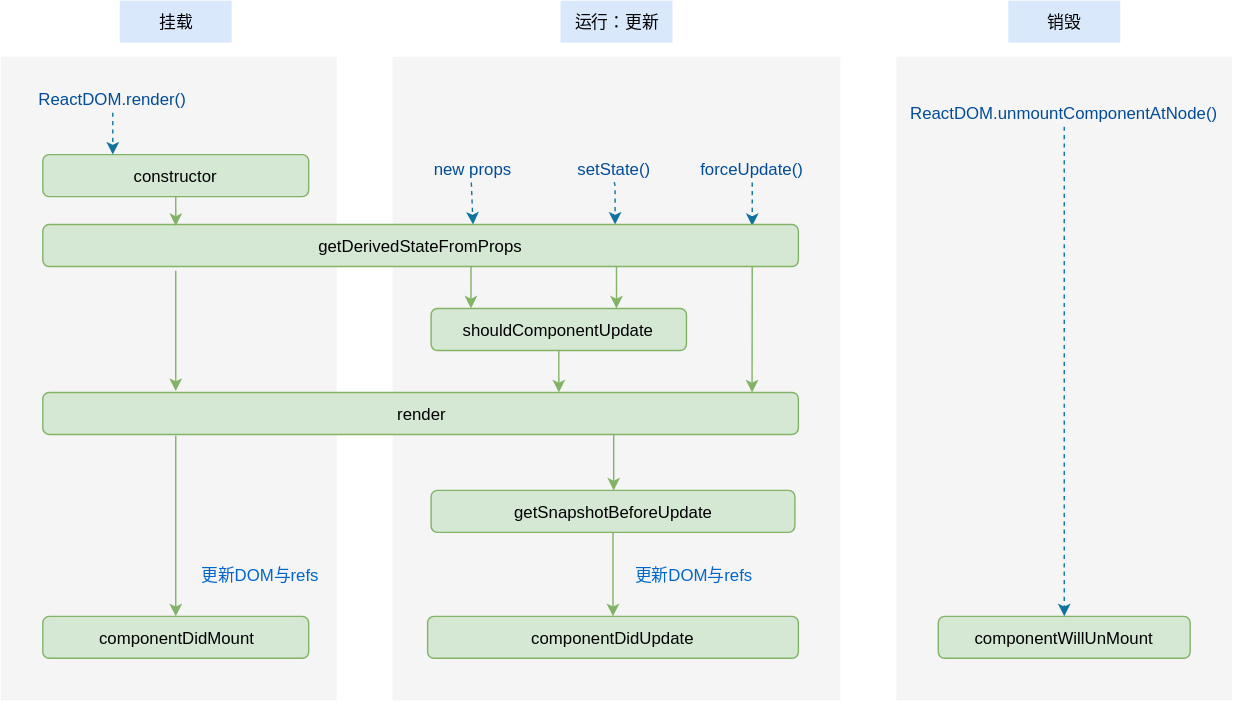
overnote/over-javascript keeps this draw.io diagram as images/mvvm/react-04.svg. Above is the earlier version. Source tidied: cells renumbered, new cells last; positions are measured from the earlier drawing's top-left corner, leaving out a move shared by most shapes.
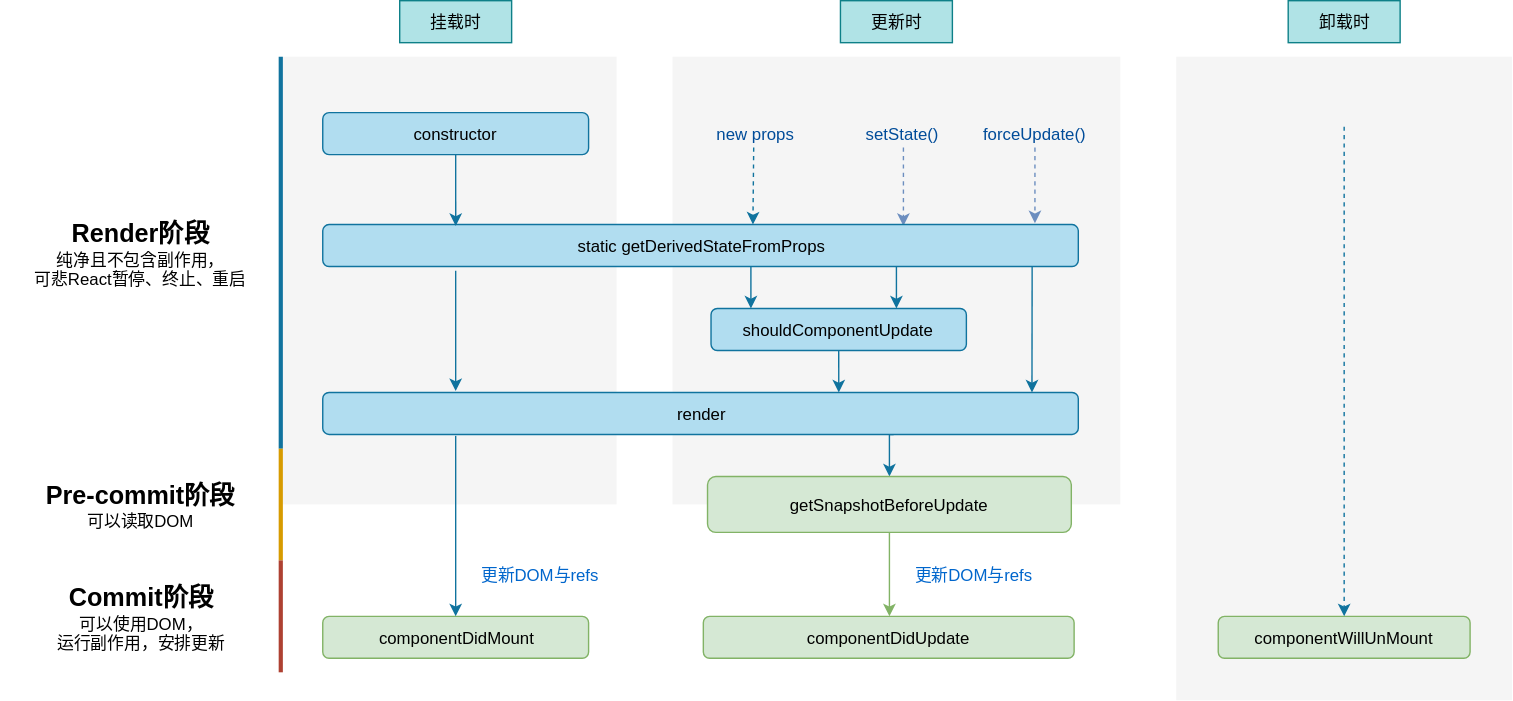
The same diagram one commit later.

Diff of the diagram source:
```diff
@@ -5,22 +5,22 @@
     <mxCell id="2" style="rounded=0;whiteSpace=wrap;html=1;fillColor=#f5f5f5;strokeColor=none;fontColor=#333333;dashed=1;dashPattern=1 2;" parent="1" vertex="1">
       <mxGeometry x="640" y="40" width="240" height="460" as="geometry" />
     </mxCell>
-    <mxCell id="3" value="挂载" style="text;html=1;strokeColor=none;fillColor=#dae8fc;align=center;verticalAlign=middle;whiteSpace=wrap;rounded=0;" parent="1" vertex="1">
+    <mxCell id="3" value="挂载时" style="text;html=1;strokeColor=#0e8088;fillColor=#b0e3e6;align=center;verticalAlign=middle;whiteSpace=wrap;rounded=0;" parent="1" vertex="1">
       <mxGeometry x="85" width="80" height="30" as="geometry" />
     </mxCell>
     <mxCell id="4" style="rounded=0;whiteSpace=wrap;html=1;fillColor=#f5f5f5;strokeColor=none;fontColor=#333333;dashed=1;dashPattern=1 2;" parent="1" vertex="1">
-      <mxGeometry y="40" width="240" height="460" as="geometry" />
+      <mxGeometry y="40" width="240" height="320" as="geometry" />
     </mxCell>
-    <mxCell id="5" value="constructor" style="rounded=1;whiteSpace=wrap;html=1;fillColor=#d5e8d4;strokeColor=#82b366;" parent="1" vertex="1">
-      <mxGeometry x="30" y="110" width="190" height="30" as="geometry" />
+    <mxCell id="5" value="constructor" style="rounded=1;whiteSpace=wrap;html=1;fillColor=#b1ddf0;strokeColor=#10739e;" parent="1" vertex="1">
+      <mxGeometry x="30" y="80" width="190" height="30" as="geometry" />
     </mxCell>
     <mxCell id="6" style="rounded=0;whiteSpace=wrap;html=1;fillColor=#f5f5f5;strokeColor=none;fontColor=#333333;dashed=1;dashPattern=1 2;" parent="1" vertex="1">
-      <mxGeometry x="280" y="40" width="320" height="460" as="geometry" />
+      <mxGeometry x="280" y="40" width="320" height="320" as="geometry" />
     </mxCell>
-    <mxCell id="7" value="shouldComponentUpdate" style="rounded=1;whiteSpace=wrap;html=1;fillColor=#d5e8d4;strokeColor=#82b366;" parent="1" vertex="1">
+    <mxCell id="7" value="shouldComponentUpdate" style="rounded=1;whiteSpace=wrap;html=1;fillColor=#b1ddf0;strokeColor=#10739e;" parent="1" vertex="1">
       <mxGeometry x="307.5" y="220" width="182.5" height="30" as="geometry" />
     </mxCell>
-    <mxCell id="8" style="edgeStyle=orthogonalEdgeStyle;rounded=0;jettySize=auto;html=1;entryX=0.5;entryY=0;entryDx=0;entryDy=0;fontColor=#004C99;fillColor=#d5e8d4;strokeColor=#82b366;" parent="1" edge="1" target="15">
+    <mxCell id="8" style="edgeStyle=orthogonalEdgeStyle;rounded=0;jettySize=auto;html=1;entryX=0.5;entryY=0;entryDx=0;entryDy=0;fontColor=#004C99;fillColor=#b1ddf0;strokeColor=#10739e;" parent="1" edge="1" target="15">
       <mxGeometry relative="1" as="geometry">
         <mxPoint x="438" y="310" as="sourcePoint" />
       </mxGeometry>
@@ -29,94 +29,79 @@
       <mxGeometry x="30" y="440" width="190" height="30" as="geometry" />
     </mxCell>
     <mxCell id="10" value="componentDidUpdate" style="rounded=1;whiteSpace=wrap;html=1;fillColor=#d5e8d4;strokeColor=#82b366;" parent="1" vertex="1">
-      <mxGeometry x="305" y="440" width="265" height="30" as="geometry" />
+      <mxGeometry x="302" y="440" width="265" height="30" as="geometry" />
     </mxCell>
     <mxCell id="11" value="componentWillUnMount" style="rounded=1;whiteSpace=wrap;html=1;fillColor=#d5e8d4;strokeColor=#82b366;" parent="1" vertex="1">
       <mxGeometry x="670" y="440" width="180" height="30" as="geometry" />
     </mxCell>
-    <mxCell id="12" style="edgeStyle=orthogonalEdgeStyle;rounded=0;jettySize=auto;html=1;fillColor=#d5e8d4;strokeColor=#82b366;entryX=0.5;entryY=0;entryDx=0;entryDy=0;exitX=0.176;exitY=1.033;exitDx=0;exitDy=0;exitPerimeter=0;" parent="1" edge="1" source="13" target="9">
+    <mxCell id="12" style="edgeStyle=orthogonalEdgeStyle;rounded=0;jettySize=auto;html=1;fillColor=#b1ddf0;strokeColor=#10739e;entryX=0.5;entryY=0;entryDx=0;entryDy=0;exitX=0.176;exitY=1.033;exitDx=0;exitDy=0;exitPerimeter=0;" parent="1" edge="1" source="13" target="9">
       <mxGeometry relative="1" as="geometry" />
     </mxCell>
-    <mxCell id="13" value="render" style="rounded=1;whiteSpace=wrap;html=1;fillColor=#d5e8d4;strokeColor=#82b366;" parent="1" vertex="1">
+    <mxCell id="13" value="render" style="rounded=1;whiteSpace=wrap;html=1;fillColor=#b1ddf0;strokeColor=#10739e;" parent="1" vertex="1">
       <mxGeometry x="30" y="280" width="540" height="30" as="geometry" />
     </mxCell>
     <mxCell id="14" style="edgeStyle=orthogonalEdgeStyle;rounded=0;jettySize=auto;html=1;fontColor=#004C99;fillColor=#d5e8d4;strokeColor=#82b366;" parent="1" edge="1" source="15" target="10">
       <mxGeometry relative="1" as="geometry" />
     </mxCell>
     <mxCell id="15" value="getSnapshotBeforeUpdate" style="rounded=1;whiteSpace=wrap;html=1;fillColor=#d5e8d4;strokeColor=#82b366;" parent="1" vertex="1">
-      <mxGeometry x="307.5" y="350" width="260" height="30" as="geometry" />
+      <mxGeometry x="305" y="340" width="260" height="40" as="geometry" />
     </mxCell>
-    <mxCell id="16" value="运行：更新" style="text;html=1;strokeColor=none;fillColor=#dae8fc;align=center;verticalAlign=middle;whiteSpace=wrap;rounded=0;" parent="1" vertex="1">
+    <mxCell id="16" value="更新时" style="text;html=1;strokeColor=#0e8088;fillColor=#b0e3e6;align=center;verticalAlign=middle;whiteSpace=wrap;rounded=0;" parent="1" vertex="1">
       <mxGeometry x="400" width="80" height="30" as="geometry" />
     </mxCell>
-    <mxCell id="17" value="销毁" style="text;html=1;strokeColor=none;fillColor=#dae8fc;align=center;verticalAlign=middle;whiteSpace=wrap;rounded=0;" parent="1" vertex="1">
+    <mxCell id="17" value="卸载时" style="text;html=1;strokeColor=#0e8088;fillColor=#b0e3e6;align=center;verticalAlign=middle;whiteSpace=wrap;rounded=0;" parent="1" vertex="1">
       <mxGeometry x="720" width="80" height="30" as="geometry" />
     </mxCell>
-    <mxCell id="18" value="ReactDOM.render()" style="text;html=1;strokeColor=none;fillColor=none;align=center;verticalAlign=middle;whiteSpace=wrap;rounded=0;fontColor=#004C99;" parent="1" vertex="1">
-      <mxGeometry x="30" y="60" width="100" height="20" as="geometry" />
-    </mxCell>
     <mxCell id="19" value="new props" style="text;html=1;strokeColor=none;fillColor=none;align=center;verticalAlign=middle;whiteSpace=wrap;rounded=0;fontColor=#004C99;" parent="1" vertex="1">
-      <mxGeometry x="303.8" y="110" width="65" height="20" as="geometry" />
+      <mxGeometry x="305.5" y="85" width="65" height="20" as="geometry" />
     </mxCell>
-    <mxCell id="20" style="endArrow=classic;html=1;fontColor=#004C99;exitX=0.5;exitY=1;exitDx=0;exitDy=0;entryX=0.25;entryY=0;entryDx=0;entryDy=0;fillColor=#b1ddf0;strokeColor=#10739e;rounded=1;dashed=1;" parent="1" edge="1" source="18">
-      <mxGeometry relative="1" as="geometry">
-        <mxPoint x="80" y="110" as="targetPoint" />
-      </mxGeometry>
-    </mxCell>
-    <mxCell id="21" style="edgeStyle=orthogonalEdgeStyle;rounded=0;jettySize=auto;html=1;fontColor=#004C99;fillColor=#b1ddf0;strokeColor=#10739e;dashed=1;" parent="1" edge="1" source="22" target="11">
-      <mxGeometry relative="1" as="geometry" />
+    <mxCell id="21" style="edgeStyle=orthogonalEdgeStyle;rounded=0;jettySize=auto;html=1;fontColor=#004C99;fillColor=#b1ddf0;strokeColor=#10739e;dashed=1;" parent="1" edge="1" target="11">
+      <mxGeometry relative="1" as="geometry">
+        <mxPoint x="760" y="90" as="sourcePoint" />
+      </mxGeometry>
     </mxCell>
-    <mxCell id="22" value="ReactDOM.unmountComponentAtNode()" style="text;html=1;strokeColor=none;fillColor=none;align=center;verticalAlign=middle;whiteSpace=wrap;rounded=0;fontColor=#004C99;" parent="1" vertex="1">
-      <mxGeometry x="650" y="70" width="220" height="20" as="geometry" />
-    </mxCell>
-    <mxCell id="23" style="edgeStyle=orthogonalEdgeStyle;rounded=1;orthogonalLoop=1;jettySize=auto;html=1;entryX=0.5;entryY=0;entryDx=0;entryDy=0;fontColor=#004C99;fillColor=#b1ddf0;strokeColor=#10739e;dashed=1;" parent="1" edge="1">
-      <mxGeometry relative="1" as="geometry">
-        <mxPoint x="438" y="130" as="sourcePoint" />
-        <mxPoint x="439" y="160" as="targetPoint" />
-      </mxGeometry>
-    </mxCell>
+    <mxCell id="37" style="edgeStyle=orthogonalEdgeStyle;rounded=0;jettySize=auto;html=1;entryX=0.769;entryY=0.033;entryDx=0;entryDy=0;entryPerimeter=0;dashed=1;fillColor=#dae8fc;strokeColor=#6c8ebf;" parent="1" edge="1" source="24" target="29">
+      <mxGeometry relative="1" as="geometry" />
+    </mxCell>
     <mxCell id="24" value="setState()" style="text;html=1;strokeColor=none;fillColor=none;align=center;verticalAlign=middle;whiteSpace=wrap;rounded=0;fontColor=#004C99;" parent="1" vertex="1">
-      <mxGeometry x="406.2" y="110" width="65" height="20" as="geometry" />
+      <mxGeometry x="412" y="85" width="65" height="20" as="geometry" />
     </mxCell>
+    <mxCell id="38" style="edgeStyle=orthogonalEdgeStyle;rounded=0;jettySize=auto;html=1;entryX=0.943;entryY=-0.033;entryDx=0;entryDy=0;entryPerimeter=0;dashed=1;fillColor=#dae8fc;strokeColor=#6c8ebf;" parent="1" edge="1" source="25" target="29">
+      <mxGeometry relative="1" as="geometry" />
+    </mxCell>
     <mxCell id="25" value="forceUpdate()" style="text;html=1;strokeColor=none;fillColor=none;align=center;verticalAlign=middle;whiteSpace=wrap;rounded=0;fontColor=#004C99;" parent="1" vertex="1">
-      <mxGeometry x="504.8" y="110" width="65" height="20" as="geometry" />
+      <mxGeometry x="506.5" y="85" width="65" height="20" as="geometry" />
     </mxCell>
     <mxCell id="26" style="endArrow=classic;html=1;exitX=0.5;exitY=1;exitDx=0;exitDy=0;entryX=0.113;entryY=0;entryDx=0;entryDy=0;entryPerimeter=0;fillColor=#b1ddf0;strokeColor=#10739e;rounded=1;dashed=1;" parent="1" edge="1" source="19">
       <mxGeometry relative="1" as="geometry">
         <mxPoint x="337.4" y="160" as="targetPoint" />
       </mxGeometry>
     </mxCell>
-    <mxCell id="27" style="endArrow=classic;html=1;fillColor=#b1ddf0;strokeColor=#10739e;rounded=1;dashed=1;" parent="1" edge="1">
-      <mxGeometry relative="1" as="geometry">
-        <mxPoint x="537" y="130" as="sourcePoint" />
-        <mxPoint x="537" y="161" as="targetPoint" />
-      </mxGeometry>
-    </mxCell>
-    <mxCell id="28" style="edgeStyle=orthogonalEdgeStyle;rounded=0;jettySize=auto;html=1;entryX=0.176;entryY=-0.033;entryDx=0;entryDy=0;fillColor=#d5e8d4;strokeColor=#82b366;exitX=0.176;exitY=1.1;exitDx=0;exitDy=0;exitPerimeter=0;entryPerimeter=0;" parent="1" edge="1" source="29" target="13">
+    <mxCell id="28" style="edgeStyle=orthogonalEdgeStyle;rounded=0;jettySize=auto;html=1;entryX=0.176;entryY=-0.033;entryDx=0;entryDy=0;fillColor=#b1ddf0;strokeColor=#10739e;exitX=0.176;exitY=1.1;exitDx=0;exitDy=0;exitPerimeter=0;entryPerimeter=0;" parent="1" edge="1" source="29" target="13">
       <mxGeometry relative="1" as="geometry" />
     </mxCell>
-    <mxCell id="29" value="getDerivedStateFromProps" style="rounded=1;whiteSpace=wrap;html=1;fillColor=#d5e8d4;strokeColor=#82b366;" parent="1" vertex="1">
+    <mxCell id="29" value="static getDerivedStateFromProps" style="rounded=1;whiteSpace=wrap;html=1;fillColor=#b1ddf0;strokeColor=#10739e;" parent="1" vertex="1">
       <mxGeometry x="30" y="160" width="540" height="30" as="geometry" />
     </mxCell>
-    <mxCell id="30" style="endArrow=classic;html=1;fillColor=#d5e8d4;strokeColor=#82b366;" parent="1" edge="1">
+    <mxCell id="30" style="endArrow=classic;html=1;fillColor=#b1ddf0;strokeColor=#10739e;" parent="1" edge="1">
       <mxGeometry relative="1" as="geometry">
         <mxPoint x="336" y="190" as="sourcePoint" />
         <mxPoint x="336" y="220" as="targetPoint" />
       </mxGeometry>
     </mxCell>
-    <mxCell id="31" style="endArrow=classic;html=1;exitX=0.5;exitY=1;exitDx=0;exitDy=0;fillColor=#d5e8d4;strokeColor=#82b366;" parent="1" edge="1">
+    <mxCell id="31" style="endArrow=classic;html=1;exitX=0.5;exitY=1;exitDx=0;exitDy=0;fillColor=#b1ddf0;strokeColor=#10739e;" parent="1" edge="1">
       <mxGeometry relative="1" as="geometry">
         <mxPoint x="440" y="190" as="sourcePoint" />
         <mxPoint x="440" y="220" as="targetPoint" />
       </mxGeometry>
     </mxCell>
-    <mxCell id="32" style="endArrow=classic;html=1;entryX=0.875;entryY=0;entryDx=0;entryDy=0;entryPerimeter=0;fillColor=#d5e8d4;strokeColor=#82b366;" parent="1" edge="1">
+    <mxCell id="32" style="endArrow=classic;html=1;entryX=0.875;entryY=0;entryDx=0;entryDy=0;entryPerimeter=0;fillColor=#b1ddf0;strokeColor=#10739e;" parent="1" edge="1">
       <mxGeometry relative="1" as="geometry">
         <mxPoint x="537" y="190" as="sourcePoint" />
         <mxPoint x="536.9" y="280" as="targetPoint" />
       </mxGeometry>
     </mxCell>
-    <mxCell id="33" style="endArrow=classic;html=1;exitX=0.5;exitY=1;exitDx=0;exitDy=0;entryX=0.354;entryY=0;entryDx=0;entryDy=0;entryPerimeter=0;fillColor=#d5e8d4;strokeColor=#82b366;" parent="1" edge="1" source="7">
+    <mxCell id="33" style="endArrow=classic;html=1;exitX=0.5;exitY=1;exitDx=0;exitDy=0;entryX=0.354;entryY=0;entryDx=0;entryDy=0;entryPerimeter=0;fillColor=#b1ddf0;strokeColor=#10739e;" parent="1" edge="1" source="7">
       <mxGeometry relative="1" as="geometry">
         <mxPoint x="398.8" y="280" as="targetPoint" />
       </mxGeometry>
@@ -127,8 +112,30 @@
     <mxCell id="35" value="更新DOM与refs" style="text;html=1;strokeColor=none;fillColor=none;align=center;verticalAlign=middle;whiteSpace=wrap;rounded=0;fontColor=#0066CC;" parent="1" vertex="1">
       <mxGeometry x="450" y="400" width="90" height="20" as="geometry" />
     </mxCell>
-    <mxCell id="36" style="endArrow=classic;html=1;exitX=0.5;exitY=1;exitDx=0;exitDy=0;entryX=0.176;entryY=0.033;entryDx=0;entryDy=0;entryPerimeter=0;fillColor=#d5e8d4;strokeColor=#82b366;" parent="1" edge="1" source="5" target="29">
+    <mxCell id="36" style="endArrow=classic;html=1;exitX=0.5;exitY=1;exitDx=0;exitDy=0;entryX=0.176;entryY=0.033;entryDx=0;entryDy=0;entryPerimeter=0;fillColor=#b1ddf0;strokeColor=#10739e;" parent="1" edge="1" source="5" target="29">
       <mxGeometry relative="1" as="geometry" />
     </mxCell>
+    <mxCell id="39" value="&lt;font style=&quot;font-size: 18px&quot;&gt;&lt;b&gt;Render阶段&lt;/b&gt;&lt;/font&gt;&lt;br&gt;纯净且不包含副作用，&lt;br&gt;可悲React暂停、终止、重启" style="text;html=1;align=center;verticalAlign=middle;whiteSpace=wrap;rounded=0;strokeColor=none;" parent="1" vertex="1">
+      <mxGeometry x="-200" y="40" width="200" height="280" as="geometry" />
+    </mxCell>
+    <mxCell id="40" value="&lt;font style=&quot;font-size: 18px&quot;&gt;&lt;b&gt;Pre-commit阶段&lt;/b&gt;&lt;/font&gt;&lt;br&gt;可以读取DOM" style="text;html=1;strokeColor=none;fillColor=none;align=center;verticalAlign=middle;whiteSpace=wrap;rounded=0;" parent="1" vertex="1">
+      <mxGeometry x="-200" y="320" width="200" height="80" as="geometry" />
+    </mxCell>
+    <mxCell id="41" value="&lt;font style=&quot;font-size: 18px&quot;&gt;&lt;b&gt;Commit阶段&lt;/b&gt;&lt;/font&gt;&lt;br&gt;可以使用DOM，&lt;br&gt;运行副作用，安排更新" style="text;html=1;strokeColor=none;fillColor=none;align=center;verticalAlign=middle;whiteSpace=wrap;rounded=0;" parent="1" vertex="1">
+      <mxGeometry x="-200" y="400" width="200" height="80" as="geometry" />
+    </mxCell>
+    <mxCell id="42" style="endArrow=none;html=1;exitX=1;exitY=0;exitDx=0;exitDy=0;fillColor=#ffe6cc;strokeColor=#d79b00;strokeWidth=3;" parent="1" edge="1" source="40">
+      <mxGeometry relative="1" as="geometry">
+        <mxPoint y="400" as="targetPoint" />
+      </mxGeometry>
+    </mxCell>
+    <mxCell id="43" style="endArrow=none;html=1;strokeWidth=3;fillColor=#fad9d5;strokeColor=#ae4132;exitX=1;exitY=1;exitDx=0;exitDy=0;" parent="1" edge="1" source="41">
+      <mxGeometry relative="1" as="geometry">
+        <mxPoint y="400" as="targetPoint" />
+      </mxGeometry>
+    </mxCell>
+    <mxCell id="44" style="endArrow=none;html=1;strokeWidth=3;fillColor=#b1ddf0;strokeColor=#10739e;exitX=1;exitY=1;exitDx=0;exitDy=0;entryX=1;entryY=0;entryDx=0;entryDy=0;" parent="1" edge="1" source="39" target="39">
+      <mxGeometry relative="1" as="geometry" />
+    </mxCell>
   </root>
 </mxGraphModel>
```
